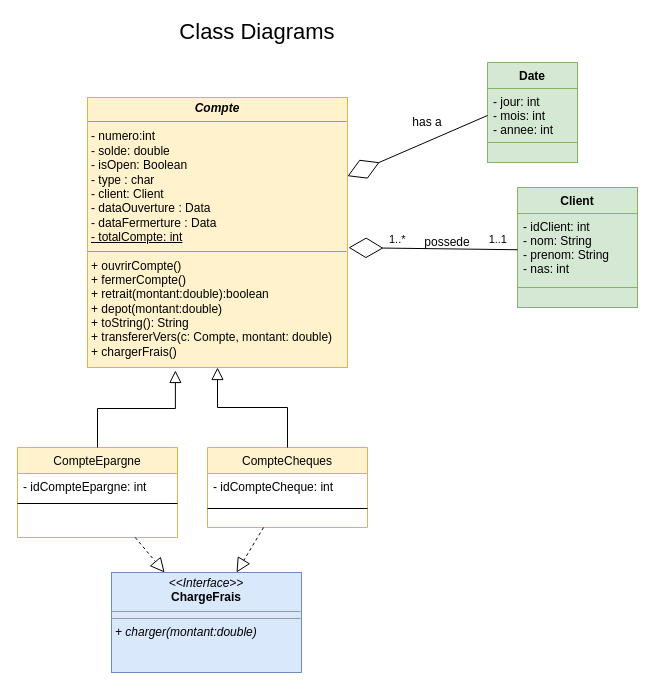
Earlier version of the draw.io diagram DEPOT/UML_Banque_Java.drawio (LuisCODS/Banque_Java). Source tidied: cells renumbered, new cells numbered last; positions are measured from the earlier drawing's top-left corner, leaving out a move shared by most shapes. Both pictures are drawn from the tidied source at 100%, with x=0, y=0 at pixel (17, 17).
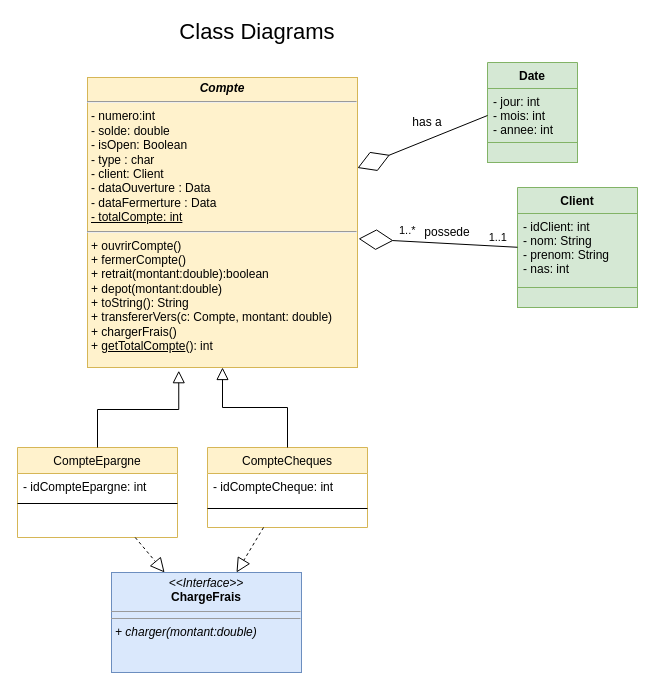
Above is the later version.

Change to the diagram source:
```diff
@@
-    <mxCell id="10" value="&lt;p style=&quot;margin: 4px 0px 0px; text-align: center; font-size: 12px;&quot;&gt;&lt;i style=&quot;font-size: 12px;&quot;&gt;&lt;b style=&quot;font-size: 12px;&quot;&gt;Compte&lt;/b&gt;&lt;/i&gt;&lt;/p&gt;&lt;hr style=&quot;font-size: 12px;&quot;&gt;&lt;p style=&quot;margin: 0px 0px 0px 4px; font-size: 12px;&quot;&gt;&lt;span style=&quot;font-size: 12px;&quot;&gt;&lt;span style=&quot;font-size: 12px;&quot;&gt;- numero:int&lt;/span&gt;&lt;/span&gt;&lt;/p&gt;&lt;p style=&quot;margin: 0px 0px 0px 4px; font-size: 12px;&quot;&gt;&lt;span style=&quot;font-size: 12px;&quot;&gt;&lt;span style=&quot;font-size: 12px;&quot;&gt;- solde: double&lt;/span&gt;&lt;/span&gt;&lt;/p&gt;&lt;p style=&quot;margin: 0px 0px 0px 4px; font-size: 12px;&quot;&gt;&lt;span style=&quot;font-size: 12px;&quot;&gt;&lt;span style=&quot;font-size: 12px;&quot;&gt;- isOpen: Boolean&lt;/span&gt;&lt;/span&gt;&lt;/p&gt;&lt;p style=&quot;margin: 0px 0px 0px 4px; font-size: 12px;&quot;&gt;&lt;span style=&quot;font-size: 12px;&quot;&gt;&lt;span style=&quot;font-size: 12px;&quot;&gt;- type : char&lt;/span&gt;&lt;/span&gt;&lt;/p&gt;&lt;p style=&quot;margin: 0px 0px 0px 4px; font-size: 12px;&quot;&gt;- client: Client&lt;/p&gt;&lt;p style=&quot;margin: 0px 0px 0px 4px; font-size: 12px;&quot;&gt;- dataOuverture : Data&lt;/p&gt;&lt;p style=&quot;margin: 0px 0px 0px 4px; font-size: 12px;&quot;&gt;- dataFermerture : Data&lt;/p&gt;&lt;p style=&quot;margin: 0px 0px 0px 4px; font-size: 12px;&quot;&gt;&lt;u&gt;- totalCompte: int&lt;/u&gt;&lt;br&gt;&lt;span style=&quot;font-size: 12px;&quot;&gt;&lt;span style=&quot;font-size: 12px;&quot;&gt;&lt;/span&gt;&lt;/span&gt;&lt;span style=&quot;font-size: 12px;&quot;&gt;&lt;span style=&quot;font-size: 12px;&quot;&gt;&lt;/span&gt;&lt;/span&gt;&lt;/p&gt;&lt;p style=&quot;margin: 0px 0px 0px 4px; font-size: 12px;&quot;&gt;&lt;/p&gt;&lt;hr style=&quot;font-size: 12px;&quot;&gt;&lt;p style=&quot;margin: 0px 0px 0px 4px; font-size: 12px;&quot;&gt;+ ouvrirCompte()&lt;br style=&quot;font-size: 12px;&quot;&gt;&lt;/p&gt;&lt;p style=&quot;margin: 0px 0px 0px 4px; font-size: 12px;&quot;&gt;+ fermerCompte()&lt;br style=&quot;font-size: 12px;&quot;&gt;&lt;/p&gt;&lt;p style=&quot;margin: 0px 0px 0px 4px; font-size: 12px;&quot;&gt;+ retrait(montant:double):boolean&lt;/p&gt;&lt;p style=&quot;margin: 0px 0px 0px 4px; font-size: 12px;&quot;&gt;+ depot(montant:double)&lt;br style=&quot;font-size: 12px;&quot;&gt;&lt;/p&gt;&lt;p style=&quot;margin: 0px 0px 0px 4px; font-size: 12px;&quot;&gt;+ toString(): String&lt;/p&gt;&lt;p style=&quot;margin: 0px 0px 0px 4px; font-size: 12px;&quot;&gt;&lt;/p&gt;&lt;p style=&quot;margin: 0px 0px 0px 4px; font-size: 12px;&quot;&gt;+ transfererVers(c: Compte, montant: double)&lt;br style=&quot;font-size: 12px;&quot;&gt;&lt;/p&gt;&lt;p style=&quot;margin: 0px 0px 0px 4px; font-size: 12px;&quot; align=&quot;left&quot;&gt;+ chargerFrais()&lt;br style=&quot;font-size: 12px;&quot;&gt;&lt;/p&gt;&lt;p style=&quot;margin: 0px 0px 0px 4px; font-size: 12px;&quot;&gt;&lt;/p&gt;&lt;p style=&quot;margin: 0px 0px 0px 4px; font-size: 12px;&quot;&gt;&lt;/p&gt;&lt;p style=&quot;margin: 0px 0px 0px 4px; font-size: 12px;&quot;&gt;&lt;/p&gt;&lt;p style=&quot;margin: 0px 0px 0px 4px; font-size: 12px;&quot;&gt;&lt;/p&gt;&lt;p style=&quot;margin: 0px 0px 0px 4px; font-size: 12px;&quot;&gt;&lt;/p&gt;" style="verticalAlign=top;align=left;overflow=fill;fontSize=12;fontFamily=Helvetica;html=1;fillColor=#fff2cc;strokeColor=#d6b656;" parent="1" vertex="1">
-      <mxGeometry x="70" y="80" width="260" height="270" as="geometry" />
+    <mxCell id="10" value="&lt;p style=&quot;margin: 4px 0px 0px; text-align: center; font-size: 12px;&quot;&gt;&lt;i style=&quot;font-size: 12px;&quot;&gt;&lt;b style=&quot;font-size: 12px;&quot;&gt;Compte&lt;/b&gt;&lt;/i&gt;&lt;/p&gt;&lt;hr style=&quot;font-size: 12px;&quot;&gt;&lt;p style=&quot;margin: 0px 0px 0px 4px; font-size: 12px;&quot;&gt;&lt;span style=&quot;font-size: 12px;&quot;&gt;&lt;span style=&quot;font-size: 12px;&quot;&gt;- numero:int&lt;/span&gt;&lt;/span&gt;&lt;/p&gt;&lt;p style=&quot;margin: 0px 0px 0px 4px; font-size: 12px;&quot;&gt;&lt;span style=&quot;font-size: 12px;&quot;&gt;&lt;span style=&quot;font-size: 12px;&quot;&gt;- solde: double&lt;/span&gt;&lt;/span&gt;&lt;/p&gt;&lt;p style=&quot;margin: 0px 0px 0px 4px; font-size: 12px;&quot;&gt;&lt;span style=&quot;font-size: 12px;&quot;&gt;&lt;span style=&quot;font-size: 12px;&quot;&gt;- isOpen: Boolean&lt;/span&gt;&lt;/span&gt;&lt;/p&gt;&lt;p style=&quot;margin: 0px 0px 0px 4px; font-size: 12px;&quot;&gt;&lt;span style=&quot;font-size: 12px;&quot;&gt;&lt;span style=&quot;font-size: 12px;&quot;&gt;- type : char&lt;/span&gt;&lt;/span&gt;&lt;/p&gt;&lt;p style=&quot;margin: 0px 0px 0px 4px; font-size: 12px;&quot;&gt;- client: Client&lt;/p&gt;&lt;p style=&quot;margin: 0px 0px 0px 4px; font-size: 12px;&quot;&gt;- dataOuverture : Data&lt;/p&gt;&lt;p style=&quot;margin: 0px 0px 0px 4px; font-size: 12px;&quot;&gt;- dataFermerture : Data&lt;/p&gt;&lt;p style=&quot;margin: 0px 0px 0px 4px; font-size: 12px;&quot;&gt;&lt;u&gt;- totalCompte: int&lt;/u&gt;&lt;br&gt;&lt;span style=&quot;font-size: 12px;&quot;&gt;&lt;span style=&quot;font-size: 12px;&quot;&gt;&lt;/span&gt;&lt;/span&gt;&lt;span style=&quot;font-size: 12px;&quot;&gt;&lt;span style=&quot;font-size: 12px;&quot;&gt;&lt;/span&gt;&lt;/span&gt;&lt;/p&gt;&lt;p style=&quot;margin: 0px 0px 0px 4px; font-size: 12px;&quot;&gt;&lt;/p&gt;&lt;hr style=&quot;font-size: 12px;&quot;&gt;&lt;p style=&quot;margin: 0px 0px 0px 4px; font-size: 12px;&quot;&gt;+ ouvrirCompte()&lt;br style=&quot;font-size: 12px;&quot;&gt;&lt;/p&gt;&lt;p style=&quot;margin: 0px 0px 0px 4px; font-size: 12px;&quot;&gt;+ fermerCompte()&lt;br style=&quot;font-size: 12px;&quot;&gt;&lt;/p&gt;&lt;p style=&quot;margin: 0px 0px 0px 4px; font-size: 12px;&quot;&gt;+ retrait(montant:double):boolean&lt;/p&gt;&lt;p style=&quot;margin: 0px 0px 0px 4px; font-size: 12px;&quot;&gt;+ depot(montant:double)&lt;br style=&quot;font-size: 12px;&quot;&gt;&lt;/p&gt;&lt;p style=&quot;margin: 0px 0px 0px 4px; font-size: 12px;&quot;&gt;+ toString(): String&lt;/p&gt;&lt;p style=&quot;margin: 0px 0px 0px 4px; font-size: 12px;&quot;&gt;&lt;/p&gt;&lt;p style=&quot;margin: 0px 0px 0px 4px; font-size: 12px;&quot;&gt;+ transfererVers(c: Compte, montant: double)&lt;br style=&quot;font-size: 12px;&quot;&gt;&lt;/p&gt;&lt;p style=&quot;margin: 0px 0px 0px 4px; font-size: 12px;&quot; align=&quot;left&quot;&gt;+ chargerFrais()&lt;/p&gt;&lt;p style=&quot;margin: 0px 0px 0px 4px; font-size: 12px;&quot; align=&quot;left&quot;&gt;+ &lt;u&gt;getTotalCompte&lt;/u&gt;(): int&lt;br style=&quot;font-size: 12px;&quot;&gt;&lt;/p&gt;&lt;p style=&quot;margin: 0px 0px 0px 4px; font-size: 12px;&quot;&gt;&lt;/p&gt;&lt;p style=&quot;margin: 0px 0px 0px 4px; font-size: 12px;&quot;&gt;&lt;/p&gt;&lt;p style=&quot;margin: 0px 0px 0px 4px; font-size: 12px;&quot;&gt;&lt;/p&gt;&lt;p style=&quot;margin: 0px 0px 0px 4px; font-size: 12px;&quot;&gt;&lt;/p&gt;&lt;p style=&quot;margin: 0px 0px 0px 4px; font-size: 12px;&quot;&gt;&lt;/p&gt;" style="verticalAlign=top;align=left;overflow=fill;fontSize=12;fontFamily=Helvetica;html=1;fillColor=#fff2cc;strokeColor=#d6b656;" parent="1" vertex="1">
+      <mxGeometry x="70" y="60" width="270" height="290" as="geometry" />
     </mxCell>
@@
     <mxCell id="22" value="possede" style="text;html=1;strokeColor=none;fillColor=none;align=center;verticalAlign=middle;whiteSpace=wrap;rounded=0;" parent="1" vertex="1">
-      <mxGeometry x="400" y="210" width="60" height="30" as="geometry" />
+      <mxGeometry x="400" y="200" width="60" height="30" as="geometry" />
     </mxCell>
```
